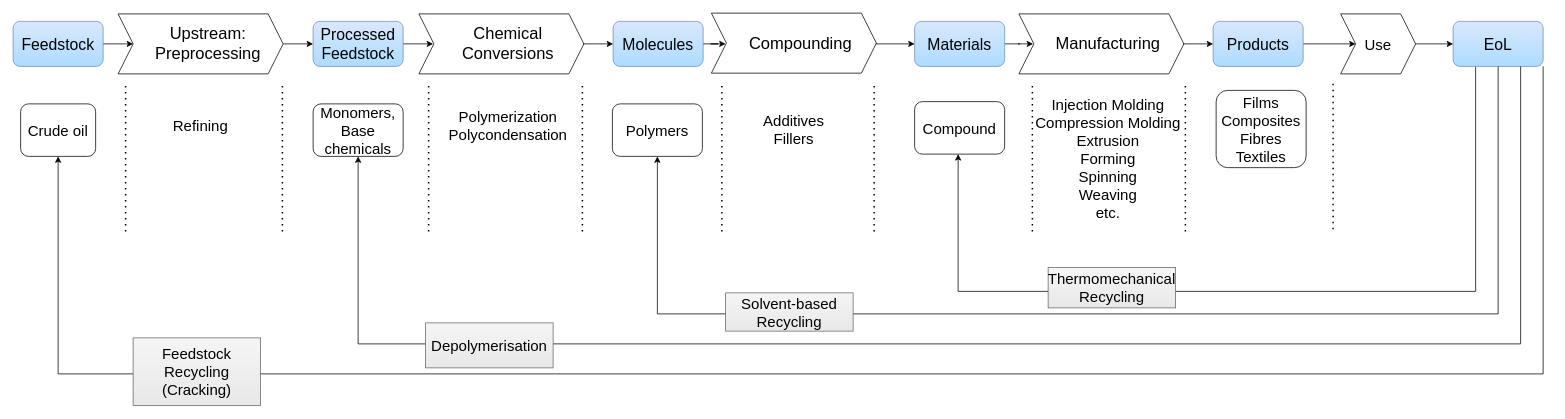
kay-squared/PyTorchLearn keeps this draw.io diagram as DT-ValueChain_v2.drawio. Above is the earlier version. Source tidied: cells renumbered, new cells numbered last; positions are measured from the earlier drawing's top-left corner, leaving out a move shared by most shapes. Both pictures are drawn from the tidied source at 75%, with x=0, y=0 at pixel (13, 13).
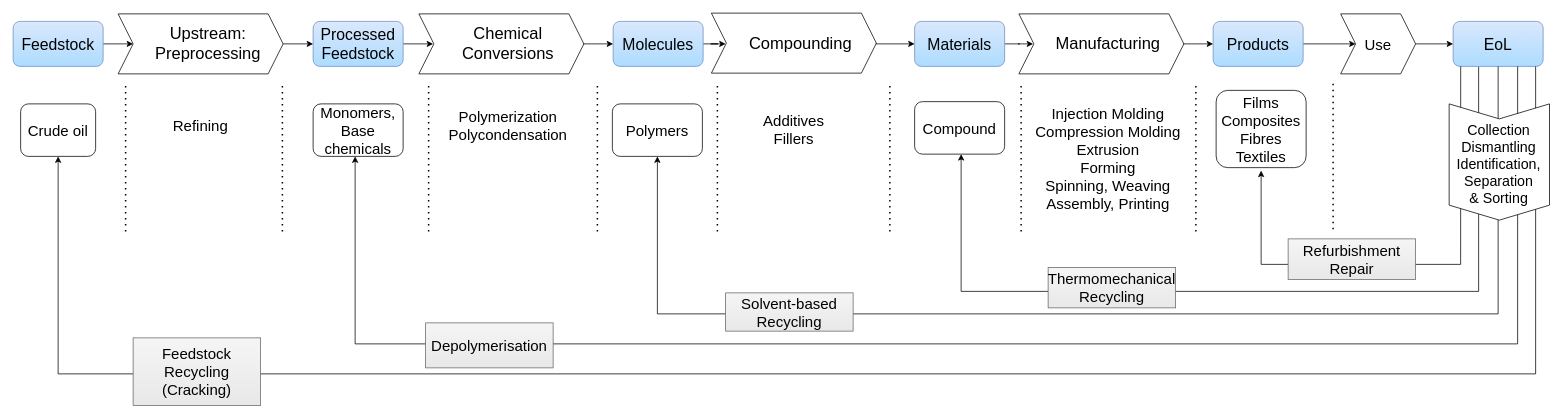
The same diagram, later.

The change refers to these unchanged cells:
```xml
<mxCell id="20" value="Crude oil" style="text;html=1;align=center;verticalAlign=middle;whiteSpace=wrap;rounded=1;fontFamily=Rubik light;fontSize=20;strokeColor=default;" parent="1" vertex="1">
  <mxGeometry x="10" y="121" width="100" height="70" as="geometry" />
</mxCell>
<mxCell id="21" value="Monomers, Base chemicals" style="text;html=1;align=center;verticalAlign=middle;whiteSpace=wrap;rounded=1;fontFamily=Rubik light;fontSize=20;fillColor=default;strokeColor=default;" parent="1" vertex="1">
  <mxGeometry x="400" y="121" width="120" height="70" as="geometry" />
</mxCell>
<mxCell id="24" value="Compound" style="text;html=1;align=center;verticalAlign=middle;whiteSpace=wrap;rounded=1;fontFamily=Rubik light;fontSize=20;strokeColor=default;" parent="1" vertex="1">
  <mxGeometry x="1202" y="118" width="120" height="70" as="geometry" />
</mxCell>
<mxCell id="42" value="EoL" style="rounded=1;whiteSpace=wrap;html=1;fontSize=21;fontFamily=Rubik light;fillColor=#DAE8FC;strokeColor=#6c8ebf;gradientColor=#ADDCFF;" parent="1" vertex="1">
  <mxGeometry x="1920" y="11" width="120" height="60" as="geometry" />
</mxCell>
```

The edit, as a diff of the source:
```diff
@@
     <mxCell id="33" style="endArrow=none;dashed=1;html=1;dashPattern=1 3;strokeWidth=2;rounded=0;fontFamily=Rubik light;fontSize=20;fontColor=default;" parent="1" edge="1">
       <mxGeometry relative="1" as="geometry">
-        <mxPoint x="759" y="291" as="sourcePoint" />
-        <mxPoint x="759" y="91" as="targetPoint" />
+        <mxPoint x="779" y="291" as="sourcePoint" />
+        <mxPoint x="779" y="91" as="targetPoint" />
       </mxGeometry>
     </mxCell>
     <mxCell id="34" style="endArrow=none;dashed=1;html=1;dashPattern=1 3;strokeWidth=2;rounded=0;fontFamily=Rubik light;fontSize=20;fontColor=default;" parent="1" edge="1">
       <mxGeometry relative="1" as="geometry">
-        <mxPoint x="945" y="291" as="sourcePoint" />
-        <mxPoint x="945" y="91" as="targetPoint" />
+        <mxPoint x="939" y="291" as="sourcePoint" />
+        <mxPoint x="939" y="91" as="targetPoint" />
       </mxGeometry>
     </mxCell>
     <mxCell id="35" style="endArrow=none;dashed=1;html=1;dashPattern=1 3;strokeWidth=2;rounded=0;fontFamily=Rubik light;fontSize=20;fontColor=default;" parent="1" edge="1">
       <mxGeometry relative="1" as="geometry">
-        <mxPoint x="1148" y="291" as="sourcePoint" />
-        <mxPoint x="1148" y="91" as="targetPoint" />
+        <mxPoint x="1169" y="291" as="sourcePoint" />
+        <mxPoint x="1169" y="91" as="targetPoint" />
       </mxGeometry>
     </mxCell>
     <mxCell id="36" style="endArrow=none;dashed=1;html=1;dashPattern=1 3;strokeWidth=2;rounded=0;fontFamily=Rubik light;fontSize=20;fontColor=default;" parent="1" edge="1">
       <mxGeometry relative="1" as="geometry">
-        <mxPoint x="1359" y="291" as="sourcePoint" />
-        <mxPoint x="1359" y="91" as="targetPoint" />
+        <mxPoint x="1344" y="291" as="sourcePoint" />
+        <mxPoint x="1344" y="91" as="targetPoint" />
       </mxGeometry>
     </mxCell>
     <mxCell id="37" style="endArrow=none;dashed=1;html=1;dashPattern=1 3;strokeWidth=2;rounded=0;fontFamily=Rubik light;fontSize=20;fontColor=default;" parent="1" edge="1">
       <mxGeometry relative="1" as="geometry">
-        <mxPoint x="1563" y="291" as="sourcePoint" />
-        <mxPoint x="1563" y="91" as="targetPoint" />
+        <mxPoint x="1577" y="291" as="sourcePoint" />
+        <mxPoint x="1577" y="91" as="targetPoint" />
       </mxGeometry>
     </mxCell>
@@
-    <mxCell id="40" value="Injection Molding&lt;div&gt;Compression Molding&lt;br&gt;&lt;div&gt;Extrusion&lt;/div&gt;&lt;div&gt;Forming&lt;/div&gt;&lt;div&gt;Spinning&lt;/div&gt;&lt;div&gt;Weaving&lt;/div&gt;&lt;/div&gt;&lt;div&gt;etc.&lt;/div&gt;" style="text;html=1;align=center;verticalAlign=middle;whiteSpace=wrap;rounded=0;fontSize=20;fontFamily=Rubik light;" parent="1" vertex="1">
+    <mxCell id="40" value="Injection Molding&lt;div&gt;Compression Molding&lt;br&gt;&lt;div&gt;Extrusion&lt;/div&gt;&lt;div&gt;Forming&lt;/div&gt;&lt;div&gt;Spinning,&amp;nbsp;&lt;span style=&quot;background-color: transparent; color: light-dark(rgb(0, 0, 0), rgb(255, 255, 255));&quot;&gt;Weaving&lt;/span&gt;&lt;/div&gt;&lt;/div&gt;&lt;div&gt;Assembly,&amp;nbsp;&lt;span style=&quot;background-color: transparent; color: light-dark(rgb(0, 0, 0), rgb(255, 255, 255));&quot;&gt;Printing&lt;/span&gt;&lt;/div&gt;" style="text;html=1;align=center;verticalAlign=middle;whiteSpace=wrap;rounded=0;fontSize=20;fontFamily=Rubik light;" parent="1" vertex="1">
       <mxGeometry x="1360" y="171" width="200" height="43" as="geometry" />
     </mxCell>
-    <mxCell id="41" style="edgeStyle=orthogonalEdgeStyle;rounded=0;jettySize=auto;html=1;fontFamily=Rubik light;fontSize=20;fontColor=default;exitX=0.25;exitY=1;exitDx=0;exitDy=0;" parent="1" edge="1" source="42" target="24">
+    <mxCell id="41" style="edgeStyle=orthogonalEdgeStyle;rounded=0;orthogonalLoop=1;jettySize=auto;html=1;fontFamily=Rubik light;fontSize=20;fontColor=default;exitX=0.25;exitY=1;exitDx=0;exitDy=0;" parent="1" edge="1">
       <mxGeometry relative="1" as="geometry">
+        <mxPoint x="1954" y="71" as="sourcePoint" />
+        <mxPoint x="1264" y="188" as="targetPoint" />
         <Array as="points">
-          <mxPoint x="1950" y="371" />
-          <mxPoint x="1260" y="371" />
+          <mxPoint x="1954" y="371" />
+          <mxPoint x="1264" y="371" />
         </Array>
       </mxGeometry>
     </mxCell>
@@
-    <mxCell id="47" style="edgeStyle=orthogonalEdgeStyle;rounded=0;jettySize=auto;html=1;fontFamily=Rubik light;fontSize=20;fontColor=default;exitX=0.75;exitY=1;exitDx=0;exitDy=0;entryX=0.5;entryY=1;entryDx=0;entryDy=0;" parent="1" edge="1" source="42" target="21">
+    <mxCell id="47" style="edgeStyle=orthogonalEdgeStyle;rounded=0;orthogonalLoop=1;jettySize=auto;html=1;fontFamily=Rubik light;fontSize=20;fontColor=default;exitX=0.75;exitY=1;exitDx=0;exitDy=0;entryX=0.5;entryY=1;entryDx=0;entryDy=0;" parent="1" edge="1">
       <mxGeometry relative="1" as="geometry">
+        <mxPoint x="2006" y="71" as="sourcePoint" />
+        <mxPoint x="456" y="191" as="targetPoint" />
         <Array as="points">
-          <mxPoint x="2010" y="441" />
-          <mxPoint x="460" y="441" />
+          <mxPoint x="2006" y="441" />
+          <mxPoint x="456" y="441" />
         </Array>
       </mxGeometry>
     </mxCell>
-    <mxCell id="48" style="edgeStyle=orthogonalEdgeStyle;rounded=0;jettySize=auto;html=1;fontFamily=Rubik light;fontSize=20;fontColor=default;exitX=1;exitY=1;exitDx=0;exitDy=0;entryX=0.5;entryY=1;entryDx=0;entryDy=0;" parent="1" edge="1" source="42" target="20">
+    <mxCell id="48" style="edgeStyle=orthogonalEdgeStyle;rounded=0;jettySize=auto;html=1;fontFamily=Rubik light;fontSize=20;fontColor=default;entryX=0.5;entryY=1;entryDx=0;entryDy=0;" parent="1" edge="1" target="20">
       <mxGeometry relative="1" as="geometry">
+        <mxPoint x="2030" y="71" as="sourcePoint" />
         <Array as="points">
-          <mxPoint x="2040" y="481" />
+          <mxPoint x="2030" y="71" />
+          <mxPoint x="2030" y="481" />
           <mxPoint x="60" y="481" />
         </Array>
       </mxGeometry>
     </mxCell>
@@
+    <mxCell id="53" style="edgeStyle=orthogonalEdgeStyle;rounded=0;jettySize=auto;html=1;fontFamily=Rubik light;fontSize=20;fontColor=default;entryX=0.5;entryY=1;entryDx=0;entryDy=0;exitX=0.084;exitY=0.998;exitDx=0;exitDy=0;exitPerimeter=0;" parent="1" edge="1" source="42">
+      <mxGeometry relative="1" as="geometry">
+        <mxPoint x="1664" y="210" as="targetPoint" />
+        <Array as="points">
+          <mxPoint x="1930" y="73" />
+          <mxPoint x="1930" y="335" />
+          <mxPoint x="1664" y="335" />
+        </Array>
+      </mxGeometry>
+    </mxCell>
+    <mxCell id="54" style="shape=step;perimeter=stepPerimeter;whiteSpace=wrap;html=1;fixedSize=1;rounded=0;align=center;verticalAlign=middle;fontFamily=Rubik light;fontSize=20;rotation=90;" parent="1" vertex="1">
+      <mxGeometry x="1904.1" y="131.6" width="155" height="133.8" as="geometry" />
+    </mxCell>
+    <mxCell id="55" value="Collection&lt;div&gt;Dismantling&lt;div&gt;Identification, Separation &amp;amp;&amp;nbsp;&lt;span style=&quot;background-color: transparent; color: light-dark(rgb(0, 0, 0), rgb(255, 255, 255));&quot;&gt;Sorting&lt;/span&gt;&lt;/div&gt;&lt;/div&gt;" style="text;html=1;align=center;verticalAlign=middle;whiteSpace=wrap;rounded=0;fontFamily=Rubik light;fontSize=19;" parent="1" vertex="1">
+      <mxGeometry x="1911" y="162" width="140" height="80" as="geometry" />
+    </mxCell>
+    <mxCell id="56" value="Refurbishment&lt;div&gt;Repair&lt;/div&gt;" style="text;html=1;align=center;verticalAlign=middle;whiteSpace=wrap;rounded=0;fontFamily=Rubik light;fontSize=20;fillColor=#f5f5f5;gradientColor=#E8E8E8;strokeColor=#666666;" parent="1" vertex="1">
+      <mxGeometry x="1700" y="301" width="170" height="54" as="geometry" />
+    </mxCell>
```
